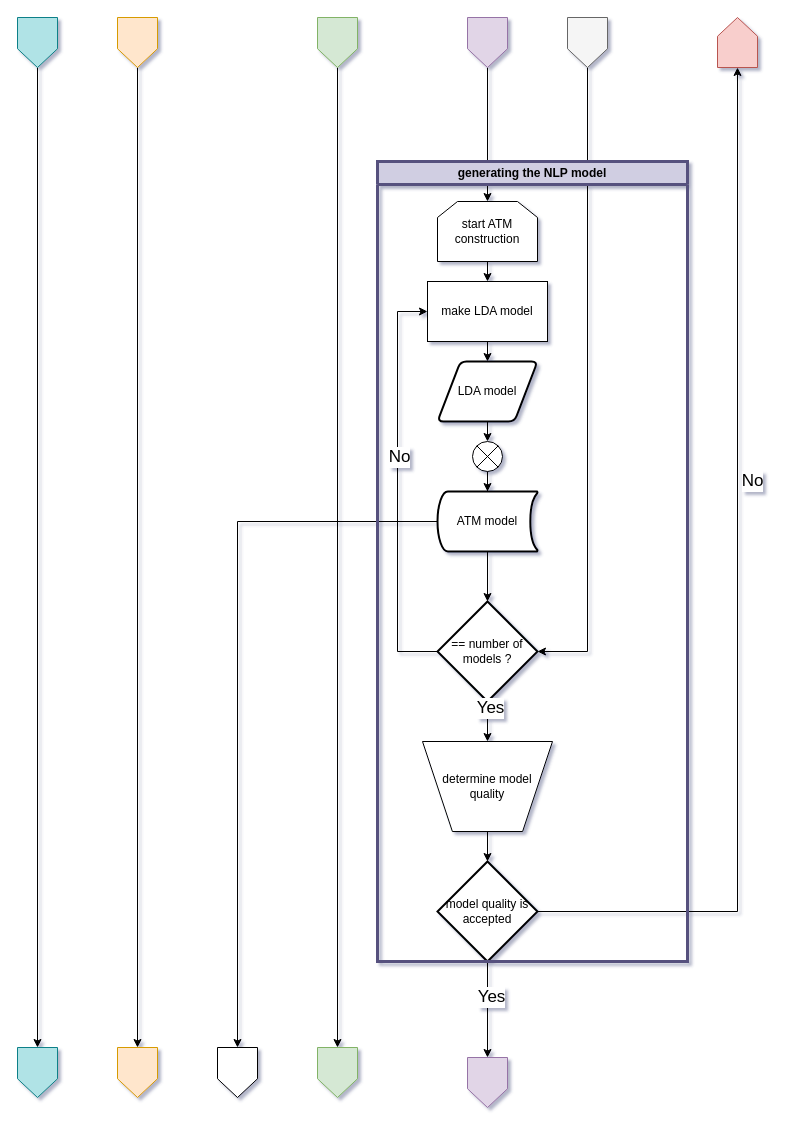
Earlier version of the draw.io diagram page "Seite-4" (4 of 7) of mainSrc/literaturesurveyflowchart.drawio (PaulPuettbach/literature_study). Source tidied: cells renumbered, new cells numbered last; positions are measured from the earlier drawing's top-left corner, leaving out a move shared by most shapes. Both pictures are drawn from the tidied source at 100%, with x=0, y=0 at pixel (17, 17).
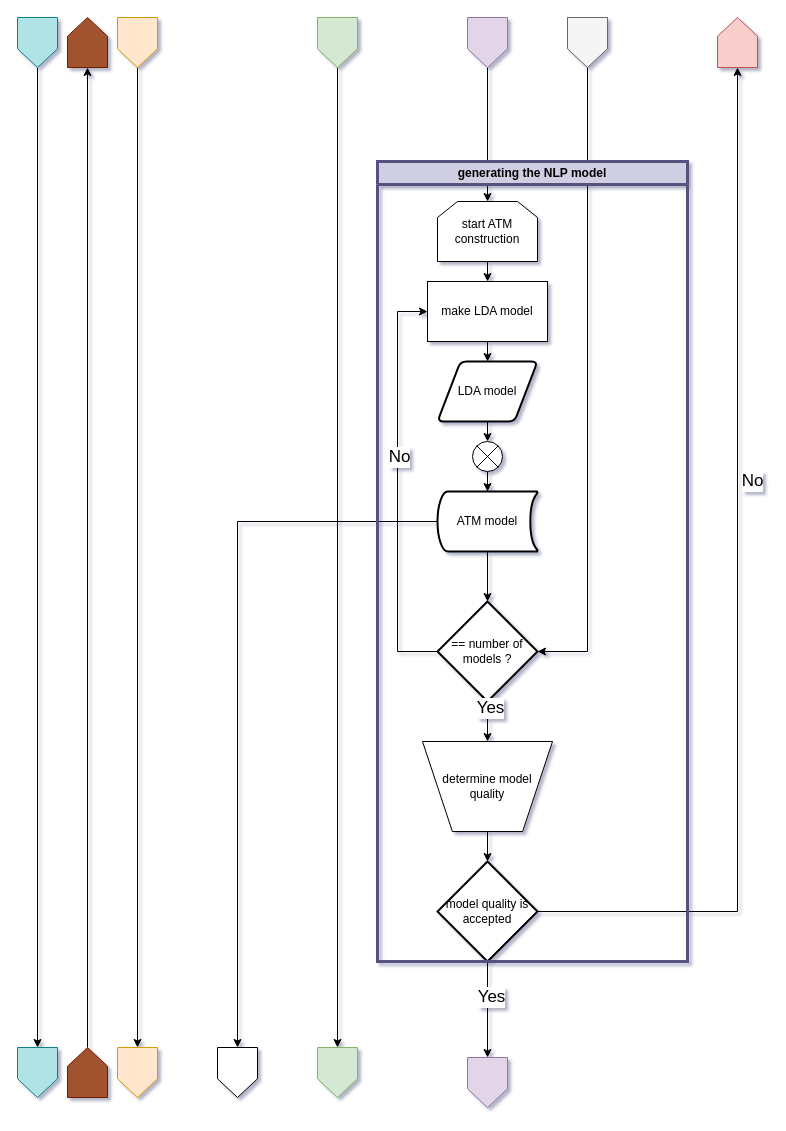
Above is the later version.

The edit, as a diff of the source:
```diff
@@
+    <mxCell id="42" style="edgeStyle=orthogonalEdgeStyle;rounded=0;jettySize=auto;html=1;exitX=0.5;exitY=1;exitDx=0;exitDy=0;entryX=0.5;entryY=0;entryDx=0;entryDy=0;" parent="1" edge="1" source="43" target="44">
+      <mxGeometry relative="1" as="geometry" />
+    </mxCell>
+    <mxCell id="43" style="shape=offPageConnector;whiteSpace=wrap;html=1;direction=west;fillColor=#a0522d;strokeColor=#6D1F00;fontColor=#ffffff;" parent="1" vertex="1">
+      <mxGeometry x="50" y="1030" width="40" height="50" as="geometry" />
+    </mxCell>
+    <mxCell id="44" style="shape=offPageConnector;whiteSpace=wrap;html=1;direction=west;fillColor=#a0522d;strokeColor=#6D1F00;fontColor=#ffffff;" parent="1" vertex="1">
+      <mxGeometry x="50" width="40" height="50" as="geometry" />
+    </mxCell>
```
